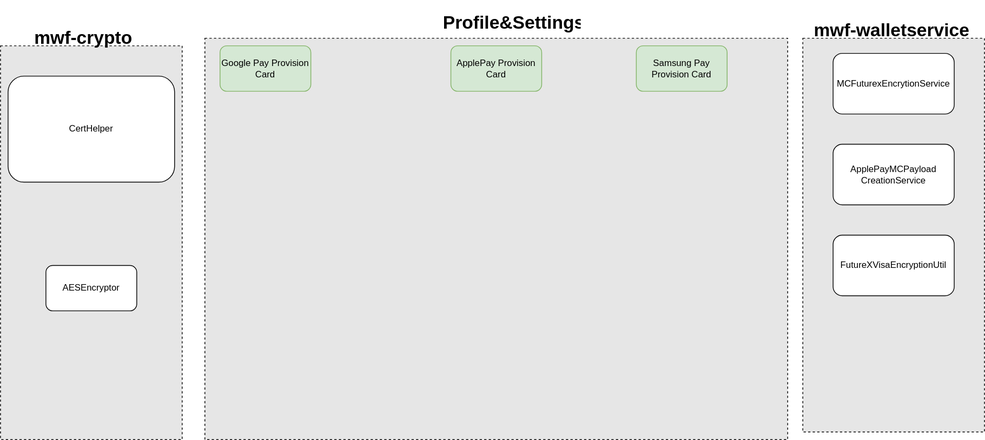
This is Work Samples/WF/Bouncy_Castle_Dependencies_Removal.drawio.svg from uchiharizvi/design-diagrams, a draw.io export, as it was before one commit. Source tidied: cells renumbered, new cells last; positions are measured from the earlier drawing's top-left corner, leaving out a move shared by most shapes.
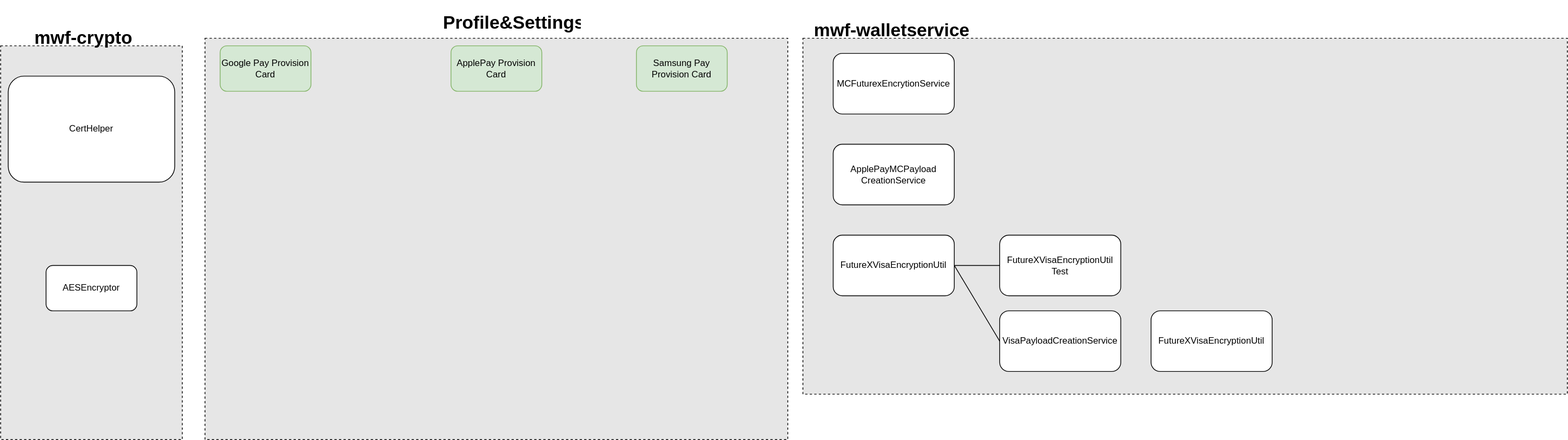
Above is the later version.

What changed in the source:
```diff
@@ -24,7 +24,7 @@
       <mxGeometry x="1070" y="10" width="220" height="120" as="geometry" />
     </mxCell>
     <mxCell id="9" style="rounded=0;whiteSpace=wrap;html=1;dashed=1;fillColor=#E6E6E6;" parent="1" vertex="1">
-      <mxGeometry x="1060" y="40" width="240" height="520" as="geometry" />
+      <mxGeometry x="1060" y="40" width="1010" height="470" as="geometry" />
     </mxCell>
     <mxCell id="10" value="AESEncryptor" style="rounded=1;whiteSpace=wrap;html=1;" parent="1" vertex="1">
       <mxGeometry x="60" y="340" width="120" height="60" as="geometry" />
@@ -44,5 +44,20 @@
     <mxCell id="15" value="&lt;h1&gt;Profile&amp;amp;Settings&lt;/h1&gt;" style="text;html=1;spacing=5;spacingTop=-20;whiteSpace=wrap;overflow=hidden;rounded=0;" parent="1" vertex="1">
       <mxGeometry x="580" width="190" height="120" as="geometry" />
     </mxCell>
+    <mxCell id="16" value="FutureXVisaEncryptionUtil&lt;br&gt;Test" style="rounded=1;whiteSpace=wrap;html=1;" parent="1" vertex="1">
+      <mxGeometry x="1320" y="300" width="160" height="80" as="geometry" />
+    </mxCell>
+    <mxCell id="17" value="VisaPayloadCreationService" style="rounded=1;whiteSpace=wrap;html=1;" parent="1" vertex="1">
+      <mxGeometry x="1320" y="400" width="160" height="80" as="geometry" />
+    </mxCell>
+    <mxCell id="18" value="FutureXVisaEncryptionUtil" style="rounded=1;whiteSpace=wrap;html=1;" parent="1" vertex="1">
+      <mxGeometry x="1520" y="400" width="160" height="80" as="geometry" />
+    </mxCell>
+    <mxCell id="19" style="endArrow=none;html=1;rounded=0;exitX=1;exitY=0.5;exitDx=0;exitDy=0;entryX=0;entryY=0.5;entryDx=0;entryDy=0;" parent="1" edge="1" source="14" target="16">
+      <mxGeometry relative="1" as="geometry" />
+    </mxCell>
+    <mxCell id="20" style="endArrow=none;html=1;rounded=0;exitX=1;exitY=0.5;exitDx=0;exitDy=0;entryX=0;entryY=0.5;entryDx=0;entryDy=0;" parent="1" edge="1" source="14" target="17">
+      <mxGeometry relative="1" as="geometry" />
+    </mxCell>
   </root>
 </mxGraphModel>
```
